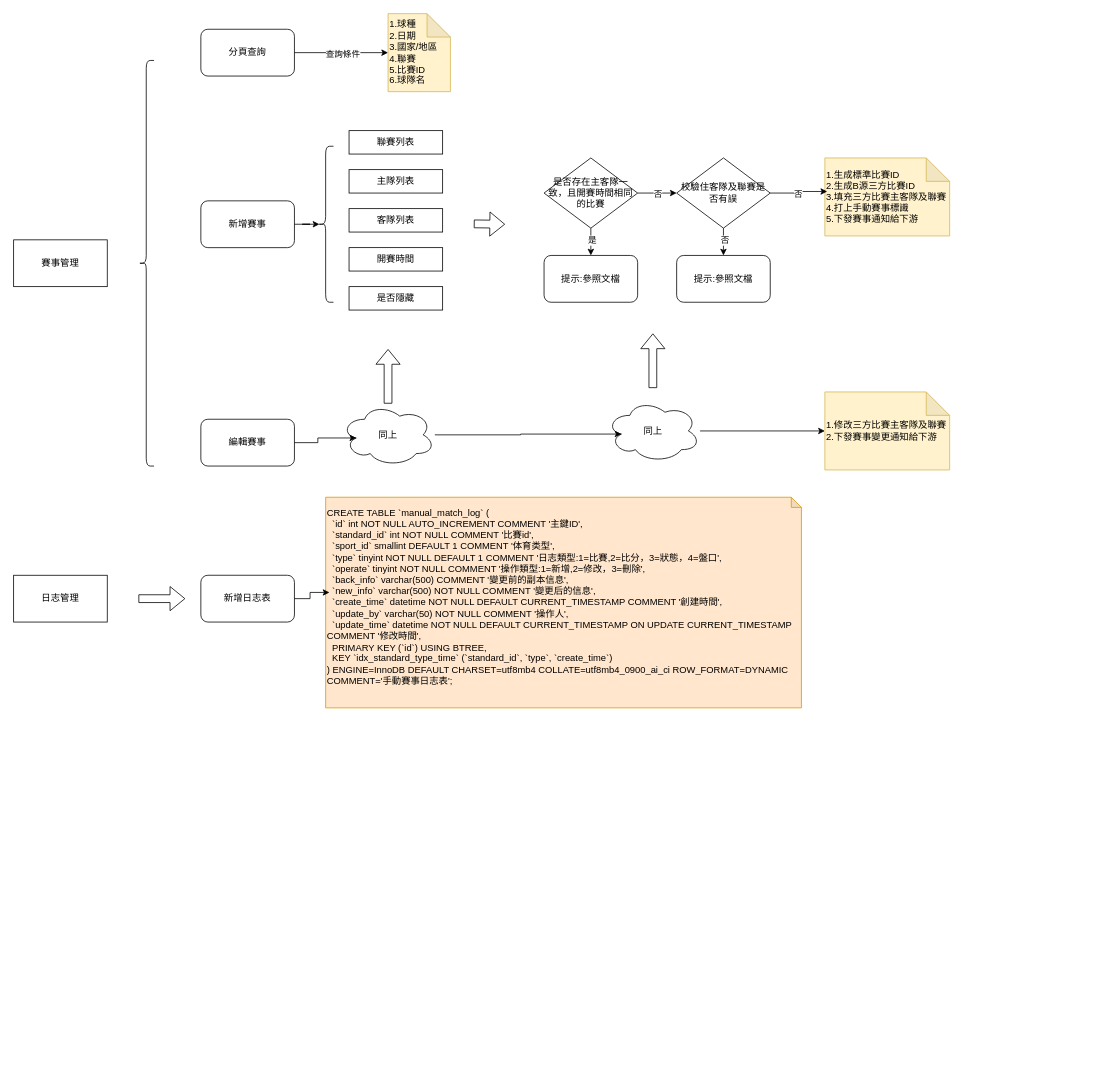
Above: 手動賽事.drawio in HaivenZhang/draw-io-files (draw.io), before the change. Source tidied: cells renumbered, new cells numbered last; positions are measured from the earlier drawing's top-left corner, leaving out a move shared by most shapes. Both pictures are drawn from the tidied source at 78%, with x=0, y=0 at pixel (13, 13).
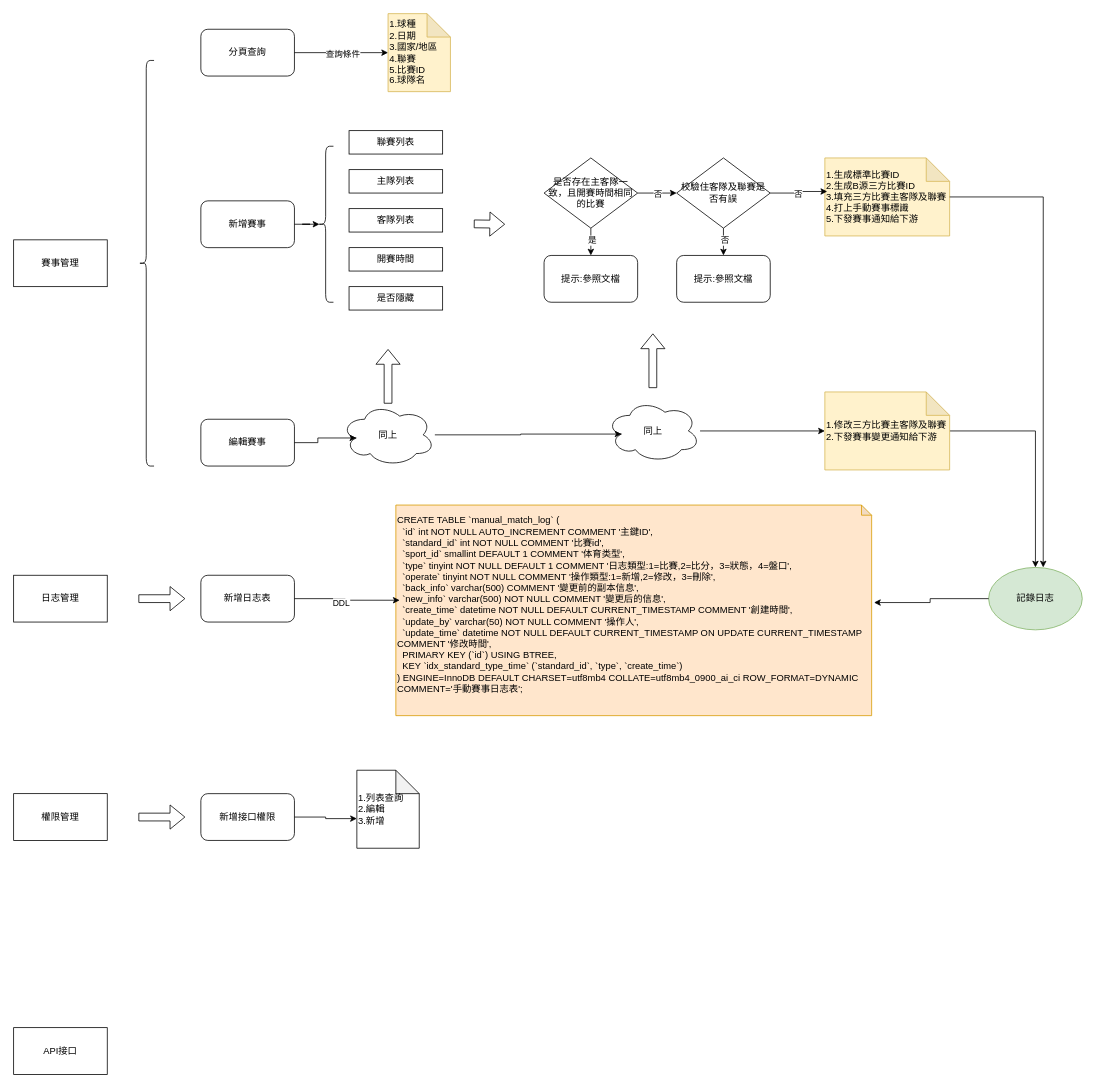
The same diagram, later.

Commit message (it also covers changes not shown here):
更新手動賽事.drawio

Unchanged cells that the change refers to:
```xml
<mxCell id="21" value="&lt;div&gt;1.生成標準比賽ID&lt;/div&gt;&lt;div&gt;2.生成B源三方比賽ID&lt;/div&gt;&lt;div&gt;3.填充三方比賽主客隊及聯賽&lt;/div&gt;&lt;div&gt;4.打上手動賽事標識&lt;/div&gt;&lt;div&gt;5.下發賽事通知給下游&lt;/div&gt;" style="shape=note;whiteSpace=wrap;html=1;backgroundOutline=1;darkOpacity=0.05;align=left;fillColor=#fff2cc;strokeColor=#d6b656;" parent="1" vertex="1">
  <mxGeometry x="1040" y="185" width="160" height="100" as="geometry" />
</mxCell>
<mxCell id="37" value="&lt;div&gt;1.修改三方比賽主客隊及聯賽&lt;/div&gt;&lt;div&gt;2.下發賽事變更通知給下游&lt;/div&gt;" style="shape=note;whiteSpace=wrap;html=1;backgroundOutline=1;darkOpacity=0.05;align=left;fillColor=#fff2cc;strokeColor=#d6b656;" parent="1" vertex="1">
  <mxGeometry x="1040" y="485" width="160" height="100" as="geometry" />
</mxCell>
<mxCell id="43" style="edgeStyle=orthogonalEdgeStyle;rounded=0;jettySize=auto;html=1;entryX=0.008;entryY=0.452;entryDx=0;entryDy=0;entryPerimeter=0;" parent="1" edge="1" source="42" target="41">
  <mxGeometry relative="1" as="geometry" />
</mxCell>
```

Change to the diagram source:
```diff
@@
+    <mxCell id="44" style="edgeStyle=orthogonalEdgeStyle;rounded=0;jettySize=auto;html=1;" parent="1" edge="1" source="37" target="46">
+      <mxGeometry relative="1" as="geometry" />
+    </mxCell>
@@
     <mxCell id="41" value="CREATE TABLE `manual_match_log` (&lt;br&gt;&amp;nbsp; `id` int NOT NULL AUTO_INCREMENT COMMENT '主鍵ID',&lt;br&gt;&amp;nbsp; `standard_id` int NOT NULL COMMENT '比賽id',&lt;br&gt;&amp;nbsp; `sport_id` smallint DEFAULT 1 COMMENT '体育类型',&lt;br&gt;&amp;nbsp; `type` tinyint NOT NULL DEFAULT 1 COMMENT '日志類型:1=比賽,2=比分，3=狀態，4=盤口',&lt;br&gt;&amp;nbsp; `operate` tinyint NOT NULL COMMENT '操作類型:1=新增,2=修改，3=刪除',&lt;br&gt;&amp;nbsp; `back_info` varchar(500) COMMENT '變更前的副本信息',&lt;br&gt;&amp;nbsp; `new_info` varchar(500) NOT NULL COMMENT '變更后的信息',&lt;br&gt;&amp;nbsp; `create_time` datetime NOT NULL DEFAULT CURRENT_TIMESTAMP COMMENT '創建時間',&lt;br&gt;&amp;nbsp; `update_by` varchar(50) NOT NULL COMMENT '操作人',&lt;br&gt;&amp;nbsp; `update_time` datetime NOT NULL DEFAULT CURRENT_TIMESTAMP ON UPDATE CURRENT_TIMESTAMP COMMENT '修改時間',&lt;br&gt;&amp;nbsp; PRIMARY KEY (`id`) USING BTREE,&lt;br&gt;&amp;nbsp; KEY `idx_standard_type_time` (`standard_id`, `type`, `create_time`)&lt;br&gt;) ENGINE=InnoDB DEFAULT CHARSET=utf8mb4 COLLATE=utf8mb4_0900_ai_ci ROW_FORMAT=DYNAMIC COMMENT='手動賽事日志表';&lt;div&gt;&lt;br&gt;&lt;/div&gt;" style="shape=note;whiteSpace=wrap;html=1;backgroundOutline=1;darkOpacity=0.05;size=13;align=left;fillColor=#ffe6cc;strokeColor=#d79b00;" parent="1" vertex="1">
-      <mxGeometry x="400" y="620" width="610" height="270" as="geometry" />
+      <mxGeometry x="490" y="630" width="610" height="270" as="geometry" />
     </mxCell>
@@
+    <mxCell id="45" value="DDL" style="edgeLabel;html=1;align=center;verticalAlign=middle;" parent="43" vertex="1">
+      <mxGeometry x="-0.14" y="-5" relative="1" as="geometry" />
+    </mxCell>
+    <mxCell id="46" value="記錄日志" style="ellipse;whiteSpace=wrap;html=1;fillColor=#d5e8d4;strokeColor=#82b366;" parent="1" vertex="1">
+      <mxGeometry x="1250" y="710" width="120" height="80" as="geometry" />
+    </mxCell>
+    <mxCell id="47" style="edgeStyle=orthogonalEdgeStyle;rounded=0;jettySize=auto;html=1;entryX=0.583;entryY=0;entryDx=0;entryDy=0;entryPerimeter=0;" parent="1" edge="1" source="21" target="46">
+      <mxGeometry relative="1" as="geometry" />
+    </mxCell>
+    <mxCell id="48" style="edgeStyle=orthogonalEdgeStyle;rounded=0;jettySize=auto;html=1;entryX=1.005;entryY=0.463;entryDx=0;entryDy=0;entryPerimeter=0;" parent="1" edge="1" source="46" target="41">
+      <mxGeometry relative="1" as="geometry" />
+    </mxCell>
+    <mxCell id="49" value="權限管理" style="rounded=0;whiteSpace=wrap;html=1;" parent="1" vertex="1">
+      <mxGeometry y="1000" width="120" height="60" as="geometry" />
+    </mxCell>
+    <mxCell id="50" style="shape=flexArrow;endArrow=classic;html=1;rounded=0;" parent="1" edge="1">
+      <mxGeometry relative="1" as="geometry">
+        <mxPoint x="160" y="1030" as="sourcePoint" />
+        <mxPoint x="220" y="1030" as="targetPoint" />
+      </mxGeometry>
+    </mxCell>
+    <mxCell id="51" value="新增接口權限" style="rounded=1;whiteSpace=wrap;html=1;" parent="1" vertex="1">
+      <mxGeometry x="240" y="1000" width="120" height="60" as="geometry" />
+    </mxCell>
+    <mxCell id="52" value="&lt;div&gt;1.列表查詢&lt;/div&gt;&lt;div&gt;2.編輯&lt;/div&gt;&lt;div&gt;3.新增&lt;/div&gt;" style="shape=note;whiteSpace=wrap;html=1;backgroundOutline=1;darkOpacity=0.05;align=left;" parent="1" vertex="1">
+      <mxGeometry x="440" y="970" width="80" height="100" as="geometry" />
+    </mxCell>
+    <mxCell id="53" style="edgeStyle=orthogonalEdgeStyle;rounded=0;jettySize=auto;html=1;entryX=0;entryY=0.62;entryDx=0;entryDy=0;entryPerimeter=0;" parent="1" edge="1" source="51" target="52">
+      <mxGeometry relative="1" as="geometry" />
+    </mxCell>
+    <mxCell id="54" value="API接口" style="rounded=0;whiteSpace=wrap;html=1;" parent="1" vertex="1">
+      <mxGeometry y="1300" width="120" height="60" as="geometry" />
+    </mxCell>
```
